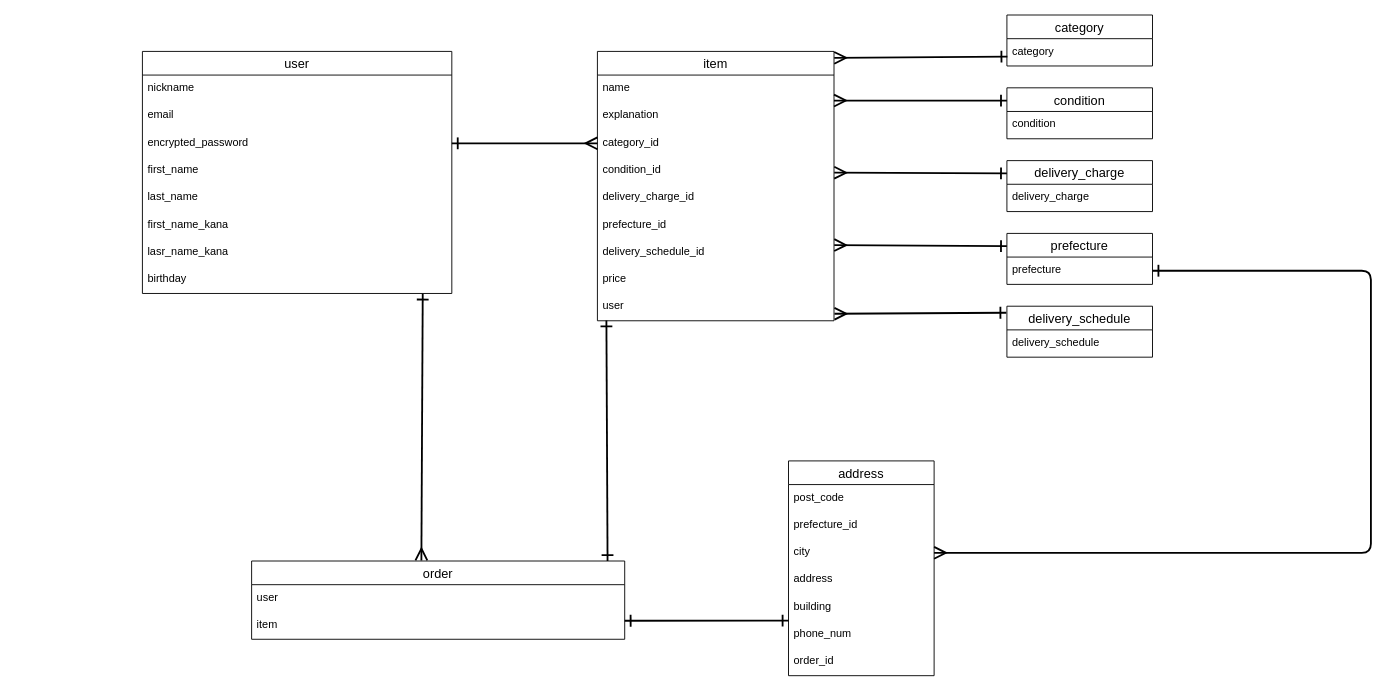
Above: ER.dio in HigeTurtle/furima-39642 (draw.io), before the change. Source tidied: cells renumbered, new cells numbered last; positions are measured from the earlier drawing's top-left corner, leaving out a move shared by most shapes. Both pictures are drawn from the tidied source at 91%, with x=0, y=0 at pixel (142, 15).
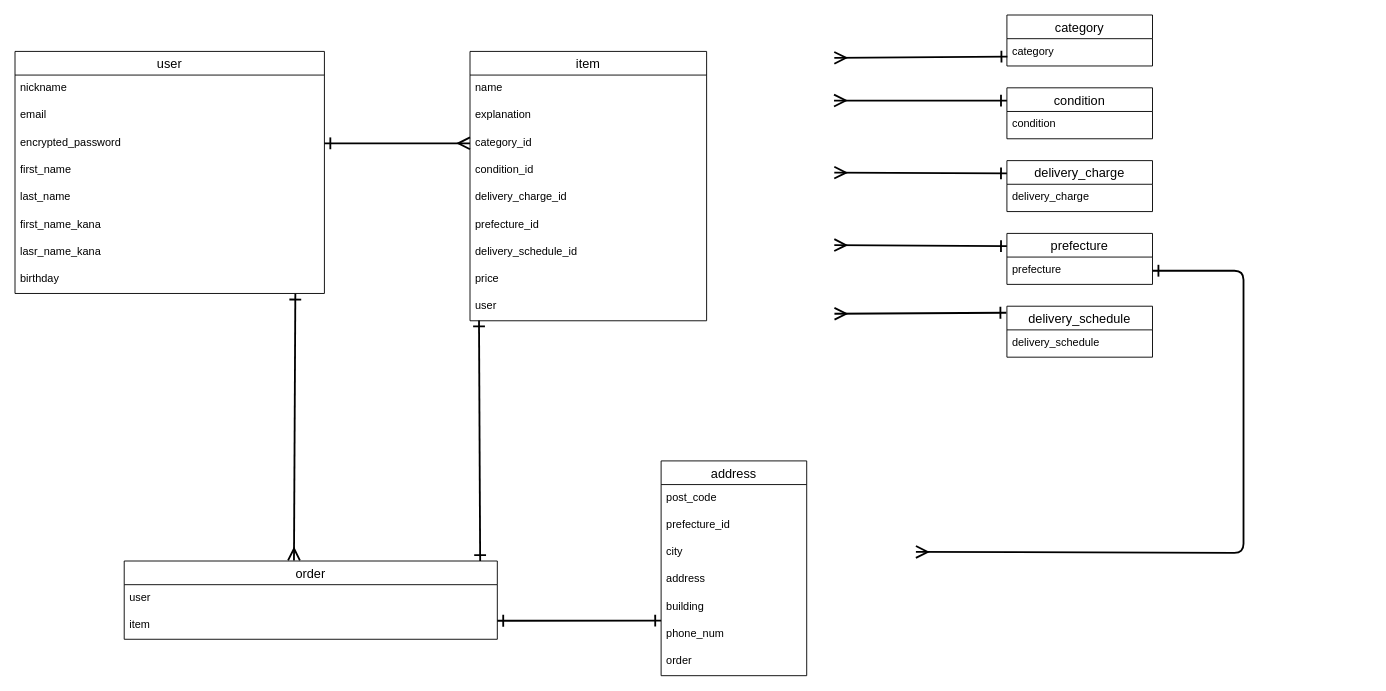
After the change.

Commit message (it also covers changes not shown here):
（修正_3）READMEへのテーブル記載

The change refers to these unchanged cells:
```xml
<mxCell id="15" value="condition_id" style="text;strokeColor=none;fillColor=none;spacingLeft=4;spacingRight=4;overflow=hidden;points=[[0,0.5],[1,0.5]];portConstraint=eastwest;fontSize=12;" parent="11" vertex="1">
  <mxGeometry y="116" width="260" height="30" as="geometry" />
</mxCell>
<mxCell id="18" value="delivery_schedule_id&#10;&#10;&#10;&#10;&#10;" style="text;strokeColor=none;fillColor=none;spacingLeft=4;spacingRight=4;overflow=hidden;points=[[0,0.5],[1,0.5]];portConstraint=eastwest;fontSize=12;" parent="11" vertex="1">
  <mxGeometry y="206" width="260" height="30" as="geometry" />
</mxCell>
<mxCell id="20" value="user" style="text;strokeColor=none;fillColor=none;spacingLeft=4;spacingRight=4;overflow=hidden;points=[[0,0.5],[1,0.5]];portConstraint=eastwest;fontSize=12;" parent="11" vertex="1">
  <mxGeometry y="266" width="260" height="30" as="geometry" />
</mxCell>
<mxCell id="24" value="city" style="text;strokeColor=none;fillColor=none;spacingLeft=4;spacingRight=4;overflow=hidden;points=[[0,0.5],[1,0.5]];portConstraint=eastwest;fontSize=12;" parent="21" vertex="1">
  <mxGeometry y="86" width="160" height="30" as="geometry" />
</mxCell>
<mxCell id="36" value="category" style="text;strokeColor=none;fillColor=none;spacingLeft=4;spacingRight=4;overflow=hidden;points=[[0,0.5],[1,0.5]];portConstraint=eastwest;fontSize=12;" parent="35" vertex="1">
  <mxGeometry y="26" width="160" height="30" as="geometry" />
</mxCell>
<mxCell id="41" value="delivery_charge" style="swimlane;fontStyle=0;horizontal=1;startSize=26;align=center;fontSize=14;" parent="1" vertex="1">
  <mxGeometry x="950" y="160" width="160" height="56" as="geometry" />
</mxCell>
<mxCell id="44" value="prefecture" style="swimlane;fontStyle=0;horizontal=1;startSize=26;align=center;fontSize=14;" parent="1" vertex="1">
  <mxGeometry x="950" y="240" width="160" height="56" as="geometry" />
</mxCell>
<mxCell id="45" value="prefecture" style="text;strokeColor=none;fillColor=none;spacingLeft=4;spacingRight=4;overflow=hidden;points=[[0,0.5],[1,0.5]];portConstraint=eastwest;fontSize=12;" parent="44" vertex="1">
  <mxGeometry y="26" width="160" height="30" as="geometry" />
</mxCell>
<mxCell id="46" value="delivery_schedule" style="swimlane;fontStyle=0;horizontal=1;startSize=26;align=center;fontSize=14;" parent="1" vertex="1">
  <mxGeometry x="950" y="320" width="160" height="56" as="geometry" />
</mxCell>
```

Diff of the diagram source:
```diff
@@
     <mxCell id="2" value="user" style="swimlane;fontStyle=0;horizontal=1;startSize=26;align=center;fontSize=14;" parent="1" vertex="1">
-      <mxGeometry y="40" width="340" height="266" as="geometry" />
+      <mxGeometry x="-140" y="40" width="340" height="266" as="geometry" />
     </mxCell>
@@
     <mxCell id="11" value="item" style="swimlane;fontStyle=0;horizontal=1;startSize=26;align=center;fontSize=14;" parent="1" vertex="1">
-      <mxGeometry x="500" y="40" width="260" height="296" as="geometry" />
+      <mxGeometry x="360" y="40" width="260" height="296" as="geometry" />
     </mxCell>
@@
     <mxCell id="21" value="address" style="swimlane;fontStyle=0;horizontal=1;startSize=26;align=center;fontSize=14;" parent="1" vertex="1">
-      <mxGeometry x="710" y="490" width="160" height="236" as="geometry" />
+      <mxGeometry x="570" y="490" width="160" height="236" as="geometry" />
     </mxCell>
@@
-    <mxCell id="28" value="order_id" style="text;strokeColor=none;fillColor=none;spacingLeft=4;spacingRight=4;overflow=hidden;fontSize=12;" parent="21" vertex="1">
+    <mxCell id="28" value="order" style="text;strokeColor=none;fillColor=none;spacingLeft=4;spacingRight=4;overflow=hidden;fontSize=12;" parent="21" vertex="1">
       <mxGeometry y="206" width="160" height="30" as="geometry" />
     </mxCell>
@@
     <mxCell id="31" value="order" style="swimlane;fontStyle=0;horizontal=1;startSize=26;align=center;fontSize=14;" parent="1" vertex="1">
-      <mxGeometry x="120" y="600" width="410" height="86" as="geometry" />
+      <mxGeometry x="-20" y="600" width="410" height="86" as="geometry" />
     </mxCell>
@@
-    <mxCell id="40" style="edgeStyle=none;html=1;exitX=0;exitY=0.25;exitDx=0;exitDy=0;entryX=1.001;entryY=0.574;entryDx=0;entryDy=0;entryPerimeter=0;strokeWidth=2;startArrow=ERone;startFill=0;endArrow=ERmany;endFill=0;startSize=10;endSize=10;" parent="1" edge="1" source="41" target="15">
-      <mxGeometry relative="1" as="geometry" />
+    <mxCell id="40" style="edgeStyle=none;html=1;exitX=0;exitY=0.25;exitDx=0;exitDy=0;entryX=1.001;entryY=0.574;entryDx=0;entryDy=0;entryPerimeter=0;strokeWidth=2;startArrow=ERone;startFill=0;endArrow=ERmany;endFill=0;startSize=10;endSize=10;" parent="1" edge="1" source="41">
+      <mxGeometry relative="1" as="geometry">
+        <mxPoint x="760.3" y="173.2" as="targetPoint" />
+      </mxGeometry>
     </mxCell>
@@
-    <mxCell id="43" style="edgeStyle=none;html=1;exitX=0;exitY=0.25;exitDx=0;exitDy=0;entryX=1.001;entryY=0.227;entryDx=0;entryDy=0;entryPerimeter=0;strokeWidth=2;startArrow=ERone;startFill=0;endArrow=ERmany;endFill=0;startSize=10;endSize=10;" parent="1" edge="1" source="44" target="18">
-      <mxGeometry relative="1" as="geometry" />
+    <mxCell id="43" style="edgeStyle=none;html=1;exitX=0;exitY=0.25;exitDx=0;exitDy=0;entryX=1.001;entryY=0.227;entryDx=0;entryDy=0;entryPerimeter=0;strokeWidth=2;startArrow=ERone;startFill=0;endArrow=ERmany;endFill=0;startSize=10;endSize=10;" parent="1" edge="1" source="44">
+      <mxGeometry relative="1" as="geometry">
+        <mxPoint x="760.3" y="252.8" as="targetPoint" />
+      </mxGeometry>
     </mxCell>
@@
-    <mxCell id="48" style="edgeStyle=none;html=1;strokeWidth=2;startArrow=ERone;startFill=0;endArrow=ERmany;endFill=0;startSize=10;endSize=10;entryX=1.001;entryY=0.024;entryDx=0;entryDy=0;entryPerimeter=0;exitX=0.003;exitY=0.655;exitDx=0;exitDy=0;exitPerimeter=0;" parent="1" edge="1" source="36" target="11">
-      <mxGeometry relative="1" as="geometry" />
+    <mxCell id="48" style="edgeStyle=none;html=1;strokeWidth=2;startArrow=ERone;startFill=0;endArrow=ERmany;endFill=0;startSize=10;endSize=10;entryX=1.001;entryY=0.024;entryDx=0;entryDy=0;entryPerimeter=0;exitX=0.003;exitY=0.655;exitDx=0;exitDy=0;exitPerimeter=0;" parent="1" edge="1" source="36">
+      <mxGeometry relative="1" as="geometry">
+        <mxPoint x="760.3" y="47.1" as="targetPoint" />
+      </mxGeometry>
     </mxCell>
-    <mxCell id="49" style="edgeStyle=none;html=1;entryX=-0.004;entryY=0.128;entryDx=0;entryDy=0;strokeWidth=2;startArrow=ERmany;startFill=0;endArrow=ERone;endFill=0;startSize=10;endSize=10;entryPerimeter=0;exitX=1.002;exitY=0.743;exitDx=0;exitDy=0;exitPerimeter=0;" parent="1" edge="1" source="20" target="46">
-      <mxGeometry relative="1" as="geometry" />
+    <mxCell id="49" style="edgeStyle=none;html=1;entryX=-0.004;entryY=0.128;entryDx=0;entryDy=0;strokeWidth=2;startArrow=ERmany;startFill=0;endArrow=ERone;endFill=0;startSize=10;endSize=10;entryPerimeter=0;exitX=1.002;exitY=0.743;exitDx=0;exitDy=0;exitPerimeter=0;" parent="1" edge="1" target="46">
+      <mxGeometry relative="1" as="geometry">
+        <mxPoint x="760.5" y="328.3" as="sourcePoint" />
+      </mxGeometry>
     </mxCell>
@@
-    <mxCell id="51" style="edgeStyle=none;html=1;exitX=1;exitY=0.5;exitDx=0;exitDy=0;entryX=1;entryY=0.5;entryDx=0;entryDy=0;strokeWidth=2;endSize=10;startSize=10;startArrow=ERmany;startFill=0;endArrow=ERone;endFill=0;" parent="1" edge="1" source="24" target="45">
+    <mxCell id="51" style="edgeStyle=none;html=1;entryX=1;entryY=0.5;entryDx=0;entryDy=0;strokeWidth=2;endSize=10;startSize=10;startArrow=ERmany;startFill=0;endArrow=ERone;endFill=0;" parent="1" edge="1" target="45">
       <mxGeometry relative="1" as="geometry">
+        <mxPoint x="850" y="590" as="sourcePoint" />
         <Array as="points">
-          <mxPoint x="1350" y="591" />
-          <mxPoint x="1350" y="281" />
+          <mxPoint x="1210" y="591" />
+          <mxPoint x="1210" y="281" />
         </Array>
       </mxGeometry>
     </mxCell>
```
